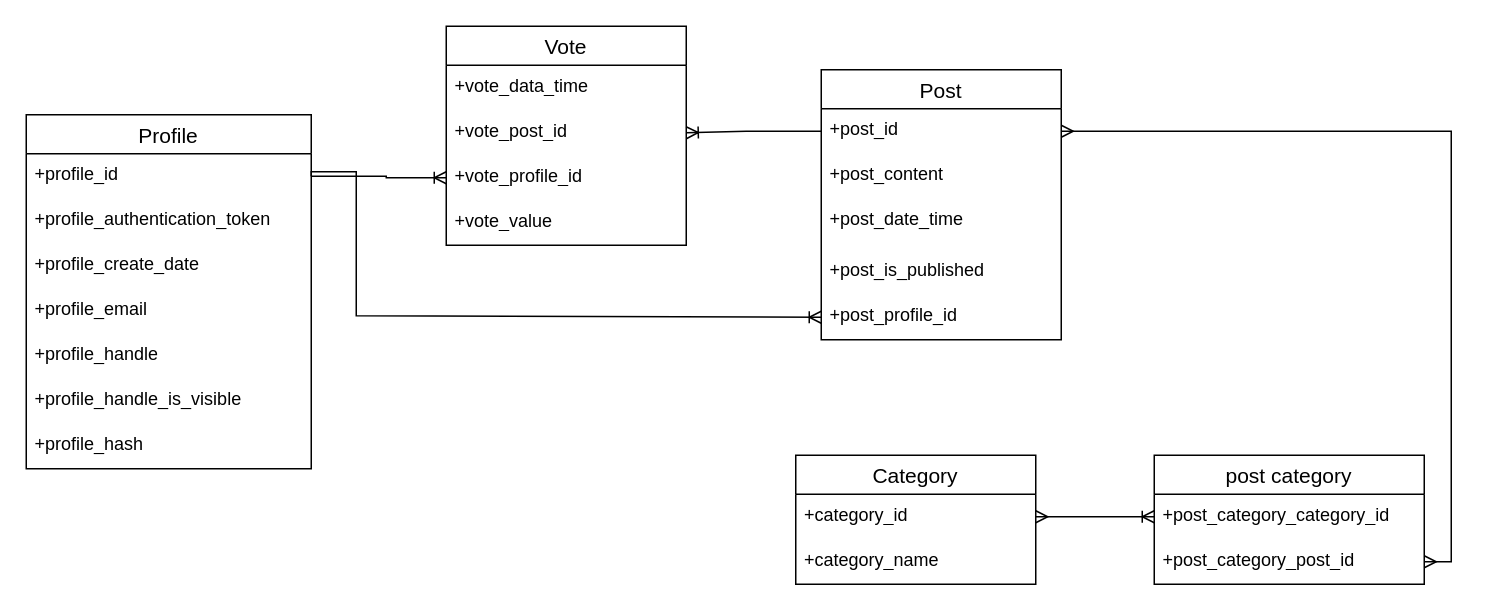
The draw.io diagram Entity Relationship Diagram.drawio in dreamy-dream-team/dream-team, before the edit. Source tidied: cells renumbered, new cells numbered last; positions are measured from the earlier drawing's top-left corner, leaving out a move shared by most shapes. Both pictures are drawn from the tidied source at 150%, with x=0, y=0 at pixel (26, 26).
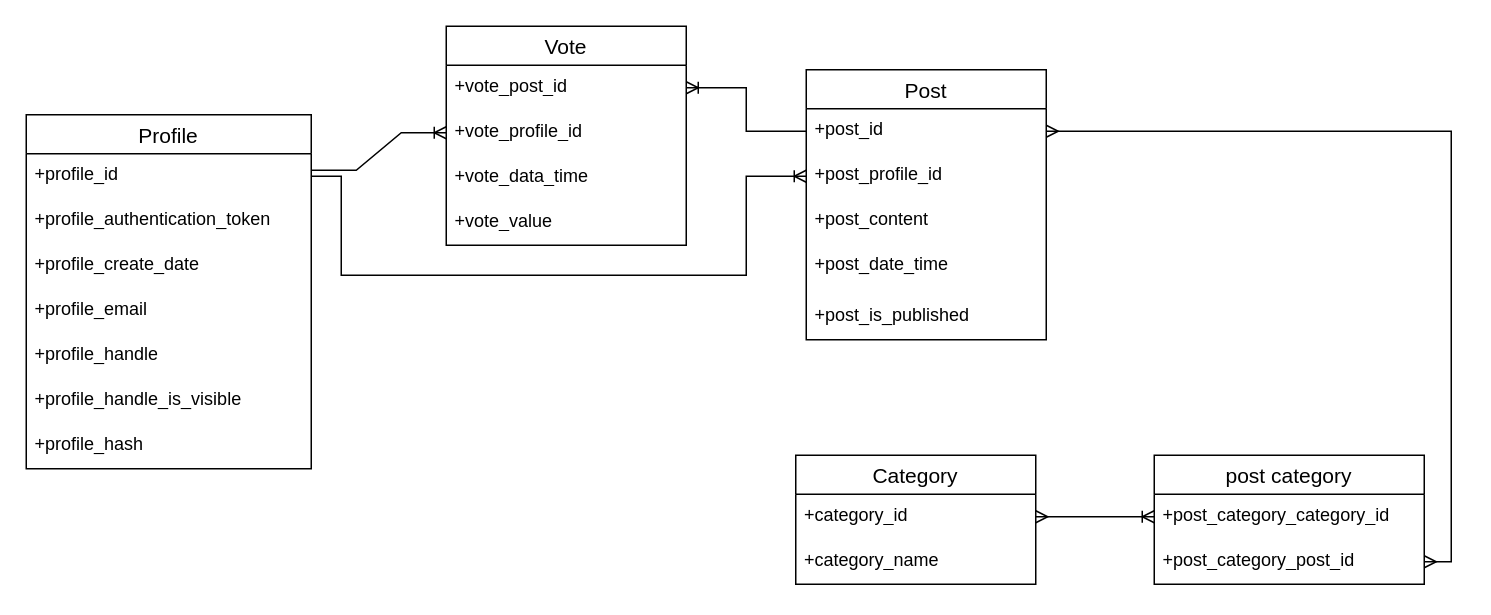
After the change.

Unchanged cells that the change refers to:
```xml
<mxCell id="3" value="+post_id&lt;span style=&quot;white-space: pre;&quot;&gt; &lt;/span&gt;" style="text;strokeColor=none;fillColor=none;spacingLeft=4;spacingRight=4;overflow=hidden;points=[[0,0.5],[1,0.5]];portConstraint=eastwest;fontSize=12;whiteSpace=wrap;html=1;" parent="2" vertex="1">
  <mxGeometry y="26" width="160" height="30" as="geometry" />
</mxCell>
<mxCell id="9" value="+profile_id" style="text;strokeColor=none;fillColor=none;spacingLeft=4;spacingRight=4;overflow=hidden;points=[[0,0.5],[1,0.5]];portConstraint=eastwest;fontSize=12;whiteSpace=wrap;html=1;" parent="8" vertex="1">
  <mxGeometry y="26" width="190" height="30" as="geometry" />
</mxCell>
<mxCell id="16" value="Vote" style="swimlane;fontStyle=0;horizontal=1;startSize=26;align=center;fontSize=14;" parent="1" vertex="1">
  <mxGeometry x="280" width="160" height="146" as="geometry" />
</mxCell>
```

Change to the diagram source:
```diff
@@
     <mxCell id="2" value="Post" style="swimlane;fontStyle=0;horizontal=1;startSize=26;align=center;fontSize=14;" parent="1" vertex="1">
-      <mxGeometry x="530" y="29" width="160" height="180" as="geometry" />
+      <mxGeometry x="520" y="29" width="160" height="180" as="geometry" />
     </mxCell>
@@
+    <mxCell id="7" value="+post_profile_id" style="text;strokeColor=none;fillColor=none;spacingLeft=4;spacingRight=4;overflow=hidden;points=[[0,0.5],[1,0.5]];portConstraint=eastwest;fontSize=12;whiteSpace=wrap;html=1;" parent="2" vertex="1">
+      <mxGeometry y="56" width="160" height="30" as="geometry" />
+    </mxCell>
     <mxCell id="4" value="+post_content" style="text;strokeColor=none;fillColor=none;spacingLeft=4;spacingRight=4;overflow=hidden;fontSize=12;whiteSpace=wrap;html=1;" parent="2" vertex="1">
-      <mxGeometry y="56" width="160" height="30" as="geometry" />
+      <mxGeometry y="86" width="160" height="30" as="geometry" />
     </mxCell>
     <mxCell id="5" value="+post_date_time" style="text;strokeColor=none;fillColor=none;spacingLeft=4;spacingRight=4;overflow=hidden;fontSize=12;whiteSpace=wrap;html=1;" parent="2" vertex="1">
-      <mxGeometry y="86" width="160" height="34" as="geometry" />
+      <mxGeometry y="116" width="160" height="34" as="geometry" />
     </mxCell>
     <mxCell id="6" value="+post_is_published" style="text;strokeColor=none;fillColor=none;spacingLeft=4;spacingRight=4;overflow=hidden;fontSize=12;whiteSpace=wrap;html=1;" parent="2" vertex="1">
-      <mxGeometry y="120" width="160" height="30" as="geometry" />
+      <mxGeometry y="150" width="160" height="30" as="geometry" />
     </mxCell>
-    <mxCell id="7" value="+post_profile_id" style="text;strokeColor=none;fillColor=none;spacingLeft=4;spacingRight=4;overflow=hidden;points=[[0,0.5],[1,0.5]];portConstraint=eastwest;fontSize=12;whiteSpace=wrap;html=1;" parent="2" vertex="1">
-      <mxGeometry y="150" width="160" height="30" as="geometry" />
-    </mxCell>
@@
-    <mxCell id="17" value="+vote_data_time" style="text;strokeColor=none;fillColor=none;spacingLeft=4;spacingRight=4;overflow=hidden;fontSize=12;whiteSpace=wrap;html=1;" parent="16" vertex="1">
-      <mxGeometry y="26" width="160" height="30" as="geometry" />
-    </mxCell>
     <mxCell id="18" value="+vote_post_id" style="text;strokeColor=none;fillColor=none;spacingLeft=4;spacingRight=4;overflow=hidden;points=[[0,0.5],[1,0.5]];portConstraint=eastwest;fontSize=12;whiteSpace=wrap;html=1;" parent="16" vertex="1">
-      <mxGeometry y="56" width="160" height="30" as="geometry" />
+      <mxGeometry y="26" width="160" height="30" as="geometry" />
     </mxCell>
     <mxCell id="19" value="+vote_profile_id" style="text;strokeColor=none;fillColor=none;spacingLeft=4;spacingRight=4;overflow=hidden;points=[[0,0.5],[1,0.5]];portConstraint=eastwest;fontSize=12;whiteSpace=wrap;html=1;" parent="16" vertex="1">
-      <mxGeometry y="86" width="160" height="30" as="geometry" />
+      <mxGeometry y="56" width="160" height="30" as="geometry" />
     </mxCell>
+    <mxCell id="17" value="+vote_data_time" style="text;strokeColor=none;fillColor=none;spacingLeft=4;spacingRight=4;overflow=hidden;fontSize=12;whiteSpace=wrap;html=1;" parent="16" vertex="1">
+      <mxGeometry y="86" width="160" height="30" as="geometry" />
+    </mxCell>
@@
-    <mxCell id="27" style="edgeStyle=elbowEdgeStyle;fontSize=12;html=1;endArrow=ERoneToMany;rounded=0;exitX=0;exitY=0.5;exitDx=0;exitDy=0;entryX=1;entryY=0.5;entryDx=0;entryDy=0;" parent="1" edge="1" source="3" target="18">
+    <mxCell id="27" style="edgeStyle=elbowEdgeStyle;fontSize=12;html=1;endArrow=ERoneToMany;rounded=0;entryX=1;entryY=0.5;entryDx=0;entryDy=0;" parent="1" edge="1" target="18">
       <mxGeometry relative="1" as="geometry">
+        <mxPoint x="520" y="70" as="sourcePoint" />
         <Array as="points">
           <mxPoint x="480" y="76" />
         </Array>
       </mxGeometry>
     </mxCell>
     <mxCell id="28" style="edgeStyle=orthogonalEdgeStyle;fontSize=12;html=1;endArrow=ERoneToMany;rounded=0;exitX=1;exitY=0.5;exitDx=0;exitDy=0;entryX=0;entryY=0.5;entryDx=0;entryDy=0;elbow=vertical;" parent="1" edge="1" source="9" target="7">
       <mxGeometry relative="1" as="geometry">
         <Array as="points">
-          <mxPoint x="220" y="97" />
-          <mxPoint x="220" y="193" />
+          <mxPoint x="210" y="100" />
+          <mxPoint x="210" y="166" />
+          <mxPoint x="480" y="166" />
+          <mxPoint x="480" y="100" />
         </Array>
       </mxGeometry>
     </mxCell>
-    <mxCell id="29" style="edgeStyle=elbowEdgeStyle;fontSize=12;html=1;endArrow=ERoneToMany;rounded=0;exitX=1;exitY=0.5;exitDx=0;exitDy=0;entryX=0;entryY=0.5;entryDx=0;entryDy=0;" parent="1" edge="1" source="9" target="19">
-      <mxGeometry relative="1" as="geometry">
-        <Array as="points">
-          <mxPoint x="240" y="116" />
-        </Array>
-      </mxGeometry>
-    </mxCell>
@@
+    <mxCell id="32" style="edgeStyle=entityRelationEdgeStyle;fontSize=12;html=1;endArrow=ERoneToMany;rounded=0;entryX=0;entryY=0.5;entryDx=0;entryDy=0;" parent="1" edge="1" target="19">
+      <mxGeometry relative="1" as="geometry">
+        <mxPoint x="190" y="96" as="sourcePoint" />
+      </mxGeometry>
+    </mxCell>
```
